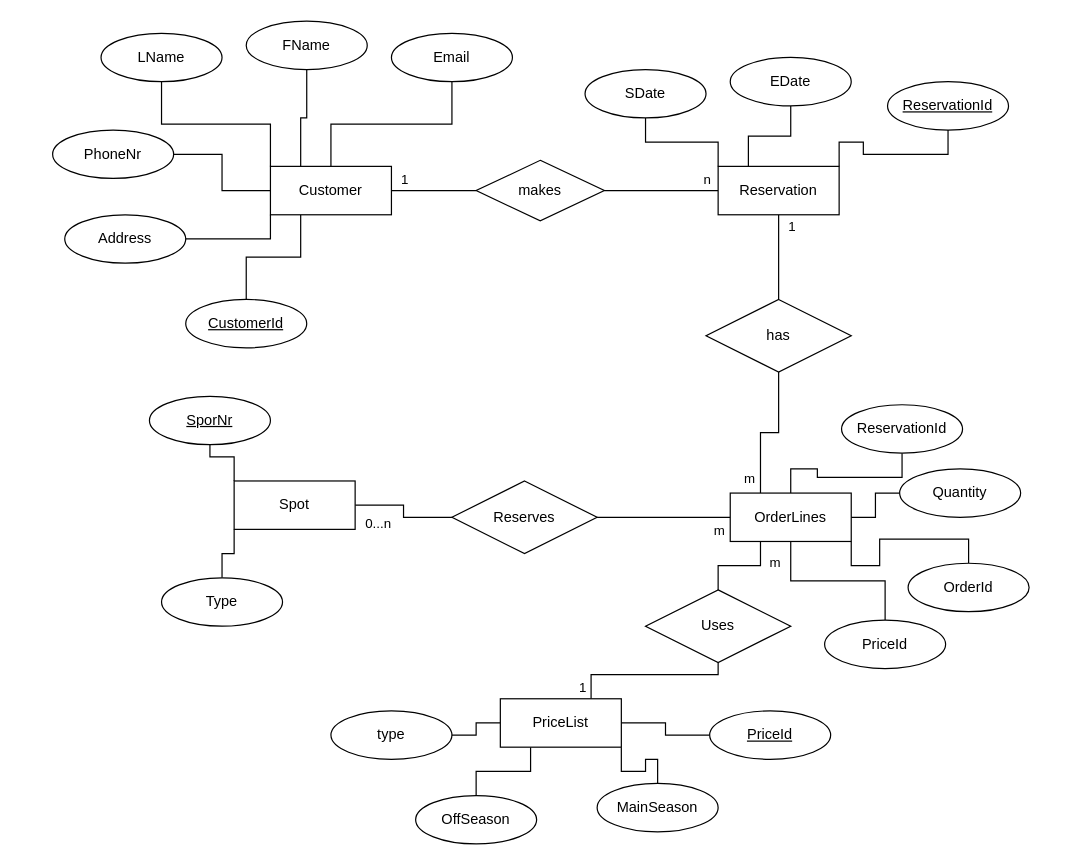
emils0/Campingpladsen keeps this draw.io diagram as Documentation/ER Diagram.drawio. Above is the earlier version. Source tidied: cells renumbered, new cells numbered last; positions are measured from the earlier drawing's top-left corner, leaving out a move shared by most shapes. Both pictures are drawn from the tidied source at 121%, with x=0, y=0 at pixel (52, 21).
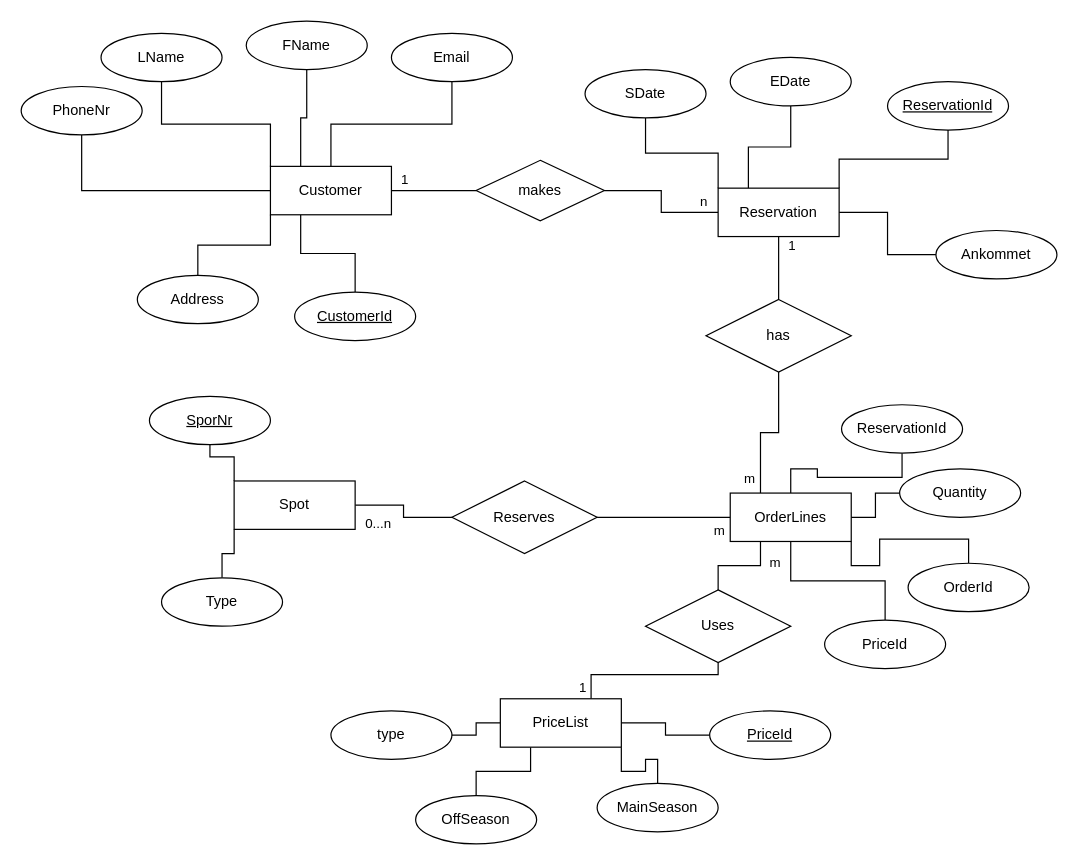
Above is the later version.

What changed in the source:
```diff
@@
     <mxCell id="14" value="PhoneNr" style="ellipse;whiteSpace=wrap;html=1;align=center;" parent="1" vertex="1">
-      <mxGeometry y="90" width="100" height="40" as="geometry" />
+      <mxGeometry x="-26" y="54" width="100" height="40" as="geometry" />
     </mxCell>
     <mxCell id="15" value="Address" style="ellipse;whiteSpace=wrap;html=1;align=center;" parent="1" vertex="1">
-      <mxGeometry x="10" y="160" width="100" height="40" as="geometry" />
+      <mxGeometry x="70" y="210" width="100" height="40" as="geometry" />
     </mxCell>
     <mxCell id="16" value="&lt;u&gt;CustomerId&lt;/u&gt;" style="ellipse;whiteSpace=wrap;html=1;align=center;" parent="1" vertex="1">
-      <mxGeometry x="110" y="230" width="100" height="40" as="geometry" />
+      <mxGeometry x="200" y="224" width="100" height="40" as="geometry" />
     </mxCell>
@@
     <mxCell id="24" value="Reservation" style="whiteSpace=wrap;html=1;align=center;" parent="1" vertex="1">
-      <mxGeometry x="550" y="120" width="100" height="40" as="geometry" />
+      <mxGeometry x="550" y="138" width="100" height="40" as="geometry" />
     </mxCell>
@@
+    <mxCell id="65" style="edgeStyle=orthogonalEdgeStyle;rounded=0;jettySize=auto;html=1;endArrow=none;endFill=0;" parent="1" edge="1" source="66" target="24">
+      <mxGeometry relative="1" as="geometry" />
+    </mxCell>
+    <mxCell id="66" value="Ankommet" style="ellipse;whiteSpace=wrap;html=1;align=center;" parent="1" vertex="1">
+      <mxGeometry x="730" y="173" width="100" height="40" as="geometry" />
+    </mxCell>
```
